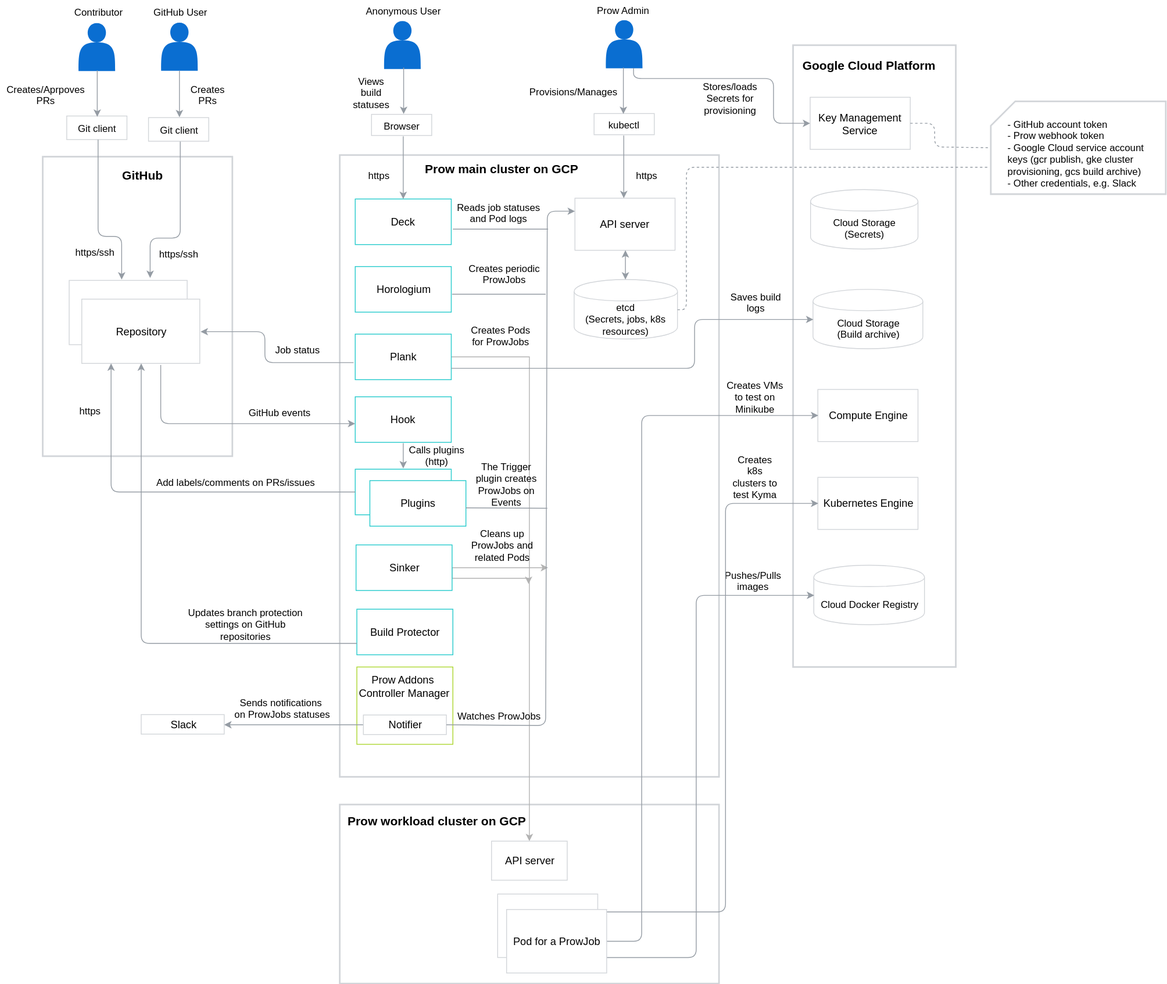
Earlier version of the draw.io export docs/prow/assets/prow-architecture.svg (kyma-project/test-infra). Source tidied: cells renumbered, new cells last; positions are measured from the earlier drawing's top-left corner, leaving out a move shared by most shapes.
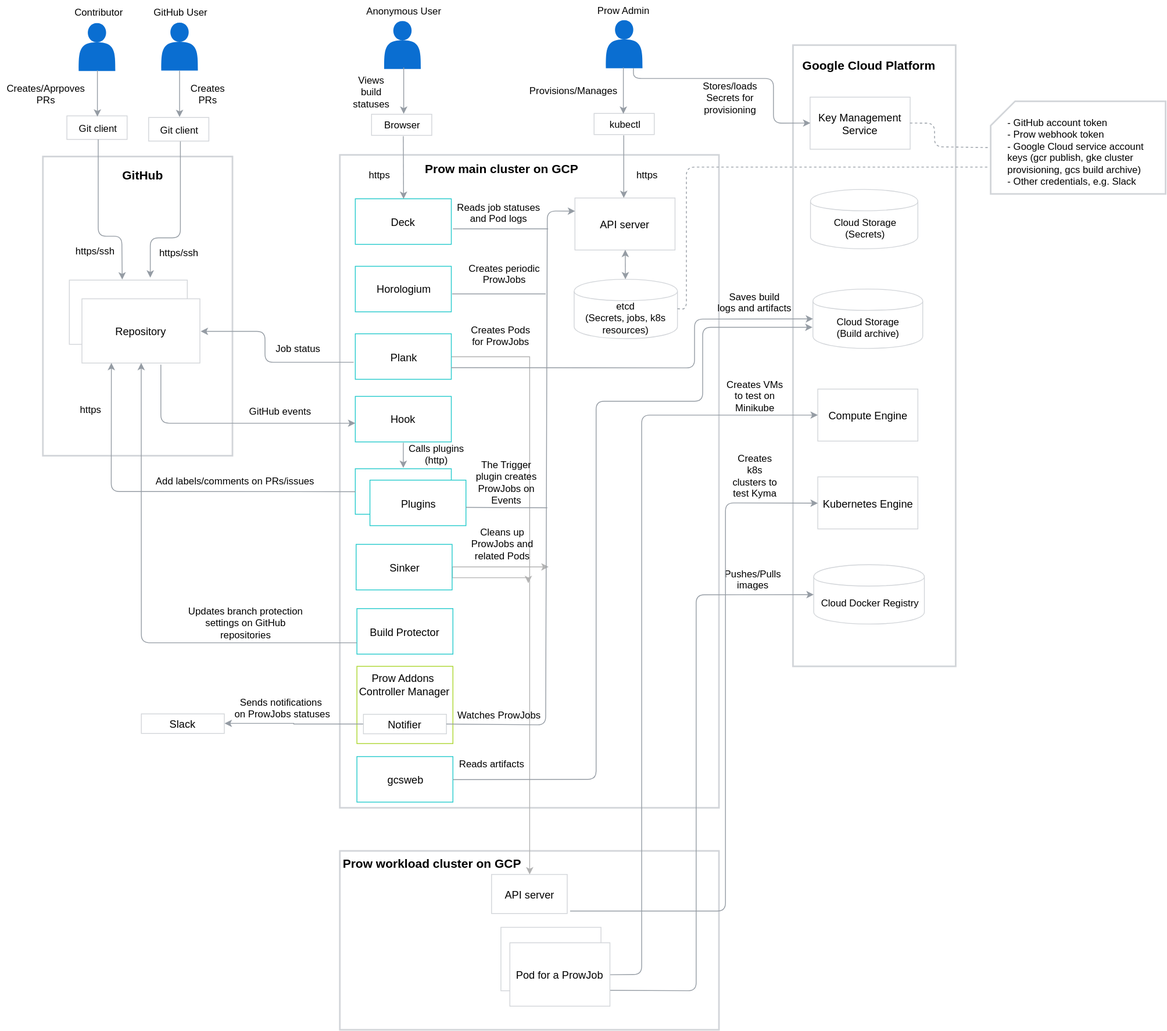
The same file after the commit.

Commit message:
Enable artifacts tab in Spyglass (#1136)

Diff of the diagram source:
```diff
@@ -3,7 +3,7 @@
     <mxCell id="0" />
     <mxCell id="1" parent="0" />
     <mxCell id="2" style="rounded=0;whiteSpace=wrap;html=1;strokeColor=#D2D5D9;strokeWidth=2;" parent="1" vertex="1">
-      <mxGeometry x="417" y="987" width="466" height="220" as="geometry" />
+      <mxGeometry x="417" y="1045" width="466" height="220" as="geometry" />
     </mxCell>
     <mxCell id="3" style="shape=actor;whiteSpace=wrap;html=1;strokeColor=none;strokeWidth=1;fillColor=#0A6ED1;gradientColor=none;fontFamily=Helvetica;fontSize=12;" parent="1" vertex="1">
       <mxGeometry x="96" y="26.9" width="45" height="59" as="geometry" />
@@ -21,7 +21,7 @@
       <mxGeometry x="52" y="191" width="233" height="368" as="geometry" />
     </mxCell>
     <mxCell id="8" style="rounded=0;whiteSpace=wrap;html=1;strokeColor=#D2D5D9;strokeWidth=2;" parent="1" vertex="1">
-      <mxGeometry x="417" y="189" width="466" height="764" as="geometry" />
+      <mxGeometry x="417" y="189" width="466" height="803" as="geometry" />
     </mxCell>
     <mxCell id="9" style="rounded=0;whiteSpace=wrap;html=1;strokeColor=#D2D5D9;strokeWidth=2;" parent="1" vertex="1">
       <mxGeometry x="974" y="54" width="200" height="764" as="geometry" />
@@ -75,10 +75,11 @@
     <mxCell id="20" value="&lt;font style=&quot;font-size: 13px&quot;&gt;Horologium&lt;/font&gt;" style="rounded=0;whiteSpace=wrap;html=1;strokeColor=#24CACC;strokeWidth=1;" parent="1" vertex="1">
       <mxGeometry x="436" y="326" width="118" height="56" as="geometry" />
     </mxCell>
-    <mxCell id="21" style="edgeStyle=orthogonalEdgeStyle;rounded=0;jettySize=auto;html=1;exitX=1;exitY=0.5;exitDx=0;exitDy=0;entryX=0.5;entryY=0;entryDx=0;entryDy=0;strokeColor=#B3B3B3;" parent="1" edge="1" source="22" target="103">
+    <mxCell id="21" style="edgeStyle=orthogonalEdgeStyle;rounded=0;jettySize=auto;html=1;exitX=1;exitY=0.5;exitDx=0;exitDy=0;strokeColor=#B3B3B3;entryX=0.5;entryY=0;entryDx=0;entryDy=0;" parent="1" edge="1" source="22" target="103">
       <mxGeometry relative="1" as="geometry">
         <Array as="points">
           <mxPoint x="650" y="437" />
+          <mxPoint x="650" y="1074" />
         </Array>
       </mxGeometry>
     </mxCell>
@@ -282,8 +283,8 @@
         </Array>
       </mxGeometry>
     </mxCell>
-    <mxCell id="70" value="Saves build &lt;br&gt;logs" style="text;html=1;strokeColor=none;fillColor=none;align=center;verticalAlign=middle;whiteSpace=wrap;rounded=0;" parent="1" vertex="1">
-      <mxGeometry x="890" y="350.5" width="76" height="37" as="geometry" />
+    <mxCell id="70" value="Saves build &lt;br&gt;logs and artifacts" style="text;html=1;strokeColor=none;fillColor=none;align=center;verticalAlign=middle;whiteSpace=wrap;rounded=0;" parent="1" vertex="1">
+      <mxGeometry x="878" y="351" width="96" height="37" as="geometry" />
     </mxCell>
     <mxCell id="71" style="endArrow=classic;html=1;strokeColor=#959CA4;entryX=0.5;entryY=0;" parent="1" edge="1">
       <mxGeometry relative="1" as="geometry">
@@ -406,12 +407,12 @@
       <mxGeometry x="285.5" y="849" width="123" height="45" as="geometry" />
     </mxCell>
     <mxCell id="98" value="&lt;b&gt;&lt;font style=&quot;font-size: 15px&quot;&gt;Prow workload cluster on GCP&lt;/font&gt;&lt;/b&gt;" style="text;html=1;" parent="1" vertex="1">
-      <mxGeometry x="425" y="992" width="176" height="28" as="geometry" />
+      <mxGeometry x="419" y="1045" width="176" height="28" as="geometry" />
     </mxCell>
     <mxCell id="99" style="endArrow=classic;html=1;strokeColor=#959CA4;exitX=1;exitY=0.5;entryX=0;entryY=0.5;" parent="1" edge="1" source="102" target="64">
       <mxGeometry relative="1" as="geometry">
         <Array as="points">
-          <mxPoint x="788" y="1155" />
+          <mxPoint x="788" y="1197" />
           <mxPoint x="788" y="509" />
         </Array>
       </mxGeometry>
@@ -419,19 +420,36 @@
     <mxCell id="100" style="endArrow=classic;html=1;strokeColor=#959CA4;exitX=1;exitY=0.75;entryX=0;entryY=0.5;" parent="1" edge="1" source="102" target="66">
       <mxGeometry relative="1" as="geometry">
         <Array as="points">
-          <mxPoint x="855" y="1175" />
+          <mxPoint x="855" y="1217" />
           <mxPoint x="855" y="730" />
         </Array>
       </mxGeometry>
     </mxCell>
     <mxCell id="101" style="rounded=0;whiteSpace=wrap;html=1;strokeColor=#D2D5D9;strokeWidth=1;" parent="1" vertex="1">
-      <mxGeometry x="611" y="1097" width="123" height="78" as="geometry" />
+      <mxGeometry x="615" y="1139" width="123" height="78" as="geometry" />
     </mxCell>
     <mxCell id="102" value="&lt;font style=&quot;font-size: 13px&quot;&gt;Pod for a ProwJob&lt;/font&gt;" style="rounded=0;whiteSpace=wrap;html=1;strokeColor=#D2D5D9;strokeWidth=1;" parent="1" vertex="1">
-      <mxGeometry x="622" y="1116" width="123" height="78" as="geometry" />
+      <mxGeometry x="626" y="1158" width="123" height="78" as="geometry" />
     </mxCell>
     <mxCell id="103" value="&lt;font style=&quot;font-size: 13px&quot;&gt;API server&lt;/font&gt;" style="rounded=0;whiteSpace=wrap;html=1;strokeColor=#D2D5D9;strokeWidth=1;" parent="1" vertex="1">
-      <mxGeometry x="603.5" y="1032" width="93" height="48" as="geometry" />
+      <mxGeometry x="603.5" y="1074" width="93" height="48" as="geometry" />
     </mxCell>
+    <mxCell id="104" value="&lt;font style=&quot;font-size: 13px&quot;&gt;gcsweb&lt;/font&gt;" style="rounded=0;whiteSpace=wrap;html=1;strokeColor=#24CACC;strokeWidth=1;" parent="1" vertex="1">
+      <mxGeometry x="438" y="929" width="118" height="56" as="geometry" />
+    </mxCell>
+    <mxCell id="105" style="endArrow=classic;html=1;strokeColor=#959CA4;exitX=1;exitY=0.5;exitDx=0;exitDy=0;" parent="1" edge="1" source="104">
+      <mxGeometry relative="1" as="geometry">
+        <mxPoint x="998" y="401" as="targetPoint" />
+        <Array as="points">
+          <mxPoint x="732" y="957" />
+          <mxPoint x="732" y="492" />
+          <mxPoint x="863" y="492" />
+          <mxPoint x="863" y="401" />
+        </Array>
+      </mxGeometry>
+    </mxCell>
+    <mxCell id="106" value="Reads artifacts" style="text;html=1;strokeColor=none;fillColor=none;align=center;verticalAlign=middle;whiteSpace=wrap;rounded=0;" parent="1" vertex="1">
+      <mxGeometry x="552.5" y="920" width="102" height="37" as="geometry" />
+    </mxCell>
   </root>
 </mxGraphModel>
```
